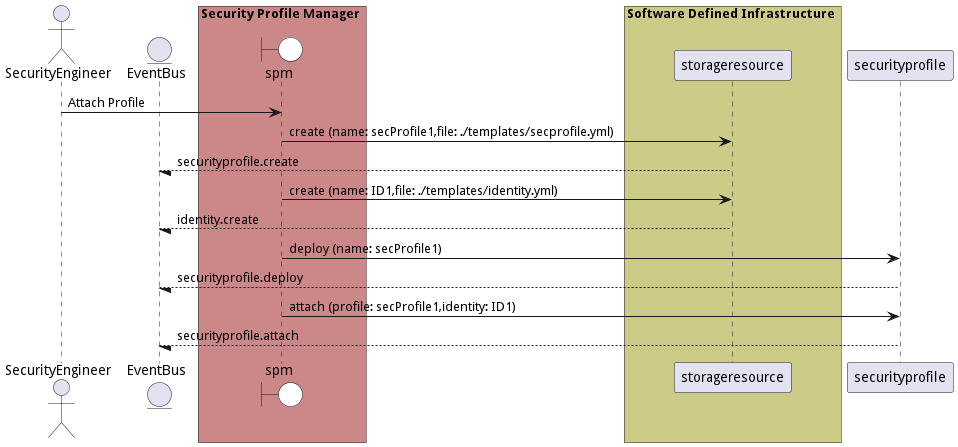
This is docs/edgemere/sa/spm/usecases/applysecurityprofiles/AttachProfile.png from madajaju/edgemere, a PlantUML export, as it was before one commit.
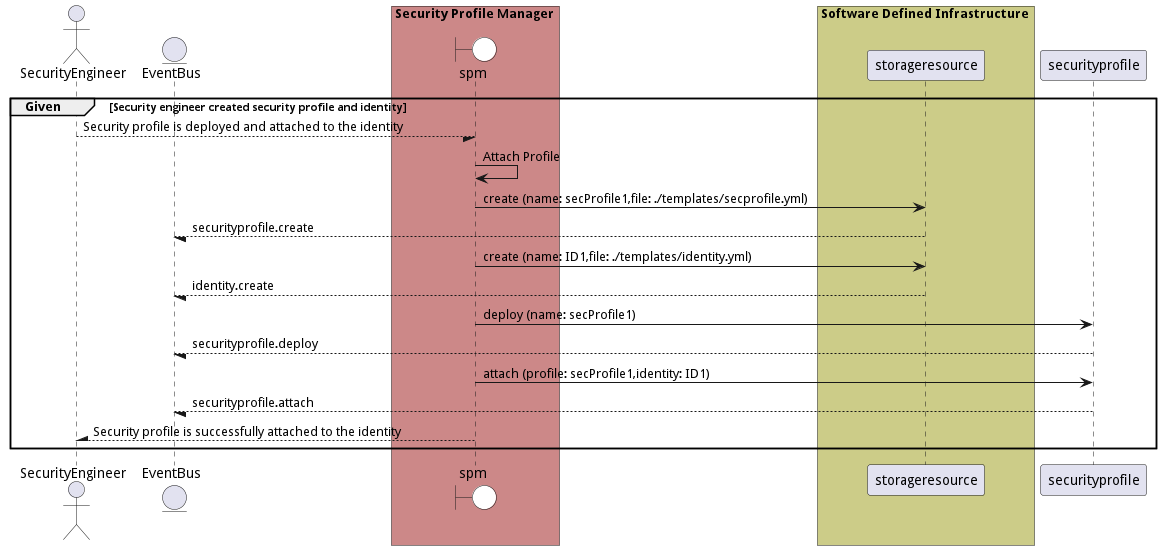
The same diagram one commit later.

What changed in the source:
```diff
@@ -1,4 +1,5 @@
 @startuml
+
 
 actor "SecurityEngineer"
 
@@ -17,8 +18,10 @@
 box Security Profile Manager #cc8888
     end box
 
+group Given [Security engineer created security profile and identity]
 
-"SecurityEngineer" -> spm: Attach Profile
+"SecurityEngineer" --/ spm: Security profile is deployed and attached to the identity
+"spm" -> spm: Attach Profile
 
     spm -> "storageresource": create (name: secProfile1,file: ./templates/secprofile.yml)
 
@@ -38,4 +41,9 @@
 
 
 
+"SecurityEngineer" /-- spm: Security profile is successfully attached to the identity
+
+
+end
+
 @enduml
```
